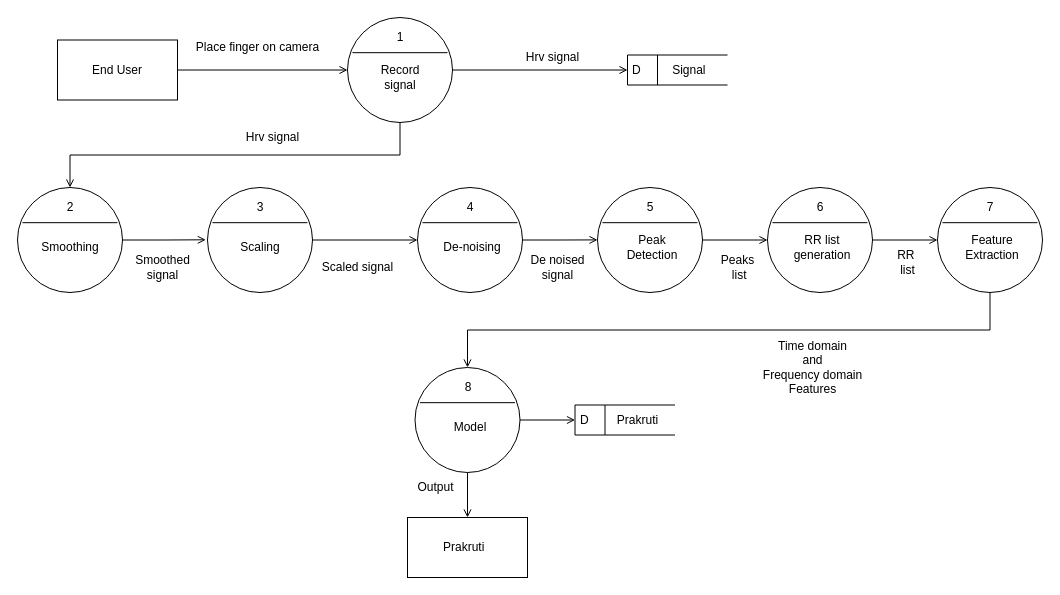
The draw.io diagram page "DFD" (8 of 8) of nadi.drawio in MohitBurkule/nadi, before the edit. Source tidied: cells renumbered, new cells numbered last; positions are measured from the earlier drawing's top-left corner, leaving out a move shared by most shapes. Both pictures are drawn from the tidied source at 100%, with x=0, y=0 at pixel (17, 17).
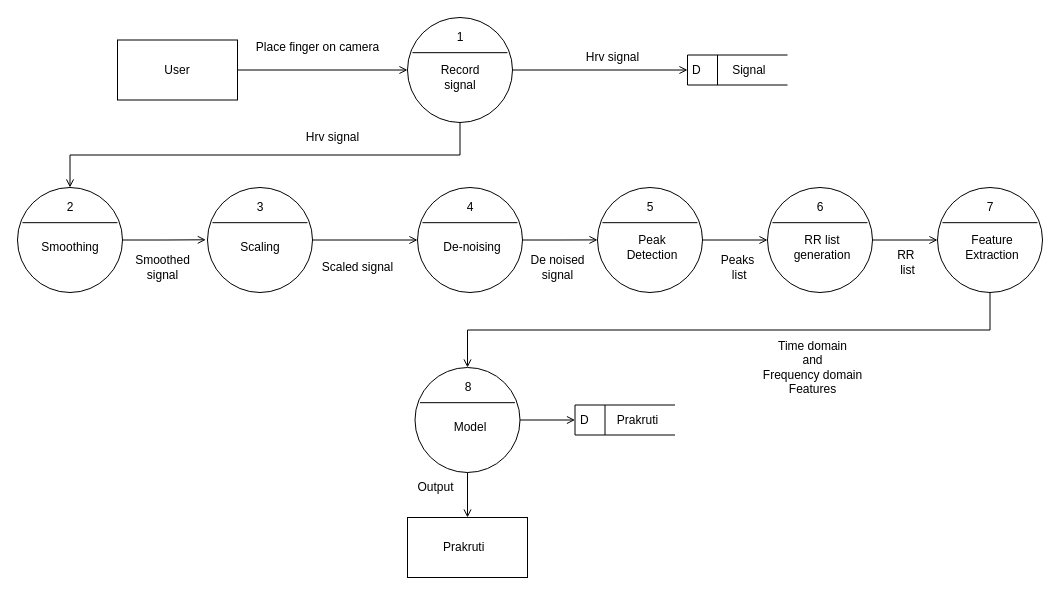
The same page after the edit.

The change refers to these unchanged cells:
```xml
<mxCell id="6" style="shape=ellipse;html=1;dashed=0;whitespace=wrap;perimeter=ellipsePerimeter;" parent="5" vertex="1">
  <mxGeometry width="105" height="105" as="geometry" />
</mxCell>
```

Change to the diagram source:
```diff
@@
-    <mxCell id="3" value="End User" style="rounded=0;whiteSpace=wrap;html=1;" parent="1" vertex="1">
-      <mxGeometry x="40" y="22.5" width="120" height="60" as="geometry" />
+    <mxCell id="3" value="User" style="rounded=0;whiteSpace=wrap;html=1;" parent="1" vertex="1">
+      <mxGeometry x="100" y="22.5" width="120" height="60" as="geometry" />
     </mxCell>
     <mxCell id="4" style="edgeStyle=orthogonalEdgeStyle;rounded=0;jettySize=auto;html=1;exitX=1;exitY=0.5;exitDx=0;exitDy=0;endArrow=open;endFill=0;" parent="1" edge="1" source="6">
       <mxGeometry relative="1" as="geometry">
-        <mxPoint x="610" y="52.5" as="targetPoint" />
+        <mxPoint x="670" y="52.5" as="targetPoint" />
       </mxGeometry>
     </mxCell>
     <mxCell id="5" style="group;" parent="1" vertex="1">
-      <mxGeometry x="330" width="105" height="105" as="geometry" />
+      <mxGeometry x="390" width="105" height="105" as="geometry" />
     </mxCell>
@@
     <mxCell id="29" value="Place finger on camera" style="text;html=1;align=center;verticalAlign=middle;" parent="1" vertex="1">
-      <mxGeometry x="170" y="20" width="140" height="20" as="geometry" />
+      <mxGeometry x="230" y="20" width="140" height="20" as="geometry" />
     </mxCell>
     <mxCell id="30" value="Hrv signal" style="text;html=1;align=center;verticalAlign=middle;" parent="1" vertex="1">
-      <mxGeometry x="220" y="110" width="70" height="20" as="geometry" />
+      <mxGeometry x="280" y="110" width="70" height="20" as="geometry" />
     </mxCell>
     <mxCell id="31" value="Hrv signal" style="text;html=1;align=center;verticalAlign=middle;" parent="1" vertex="1">
-      <mxGeometry x="500" y="30" width="70" height="20" as="geometry" />
+      <mxGeometry x="560" y="30" width="70" height="20" as="geometry" />
     </mxCell>
@@
     <mxCell id="35" style="group;" parent="1" vertex="1">
-      <mxGeometry x="610" y="37.5" width="100" height="30" as="geometry" />
+      <mxGeometry x="670" y="37.5" width="100" height="30" as="geometry" />
     </mxCell>
```
